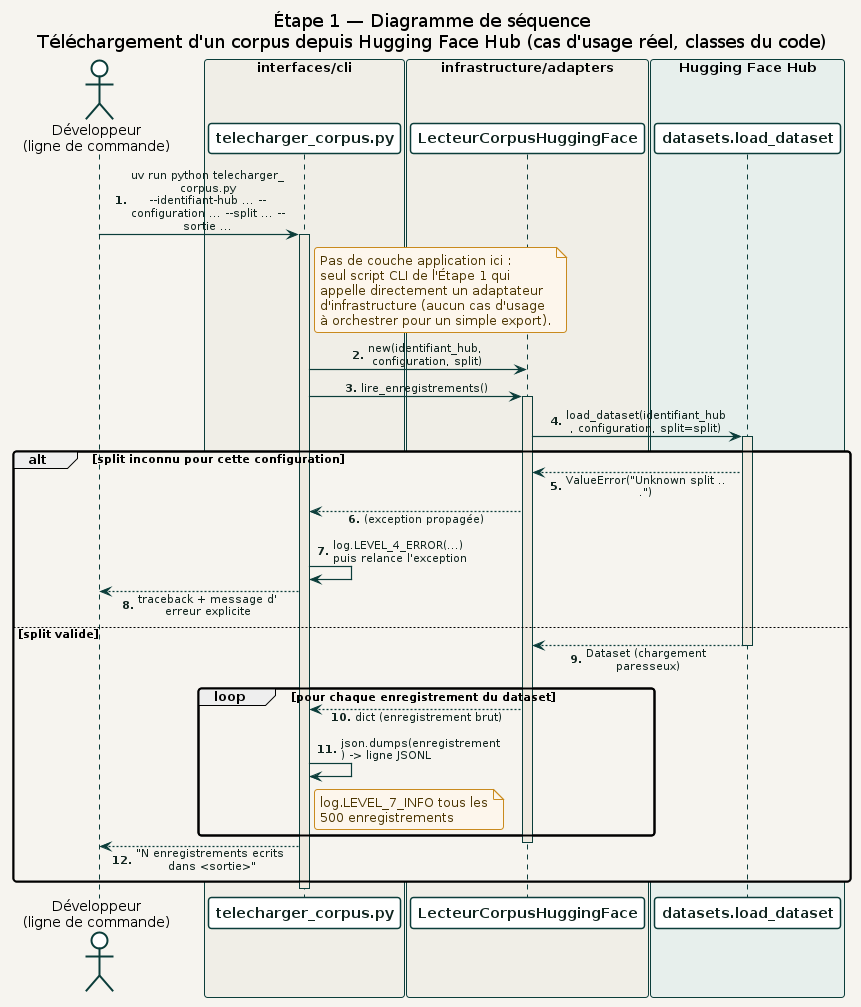
racemartin/m14_ocr keeps this PlantUML diagram as docs/diagrams/02_etape1_donnees/sequence/telecharger_corpus.png. Above is the earlier version. Its source is kept beside it as docs/diagrams/02_etape1_donnees/sequence/telecharger_corpus.puml.
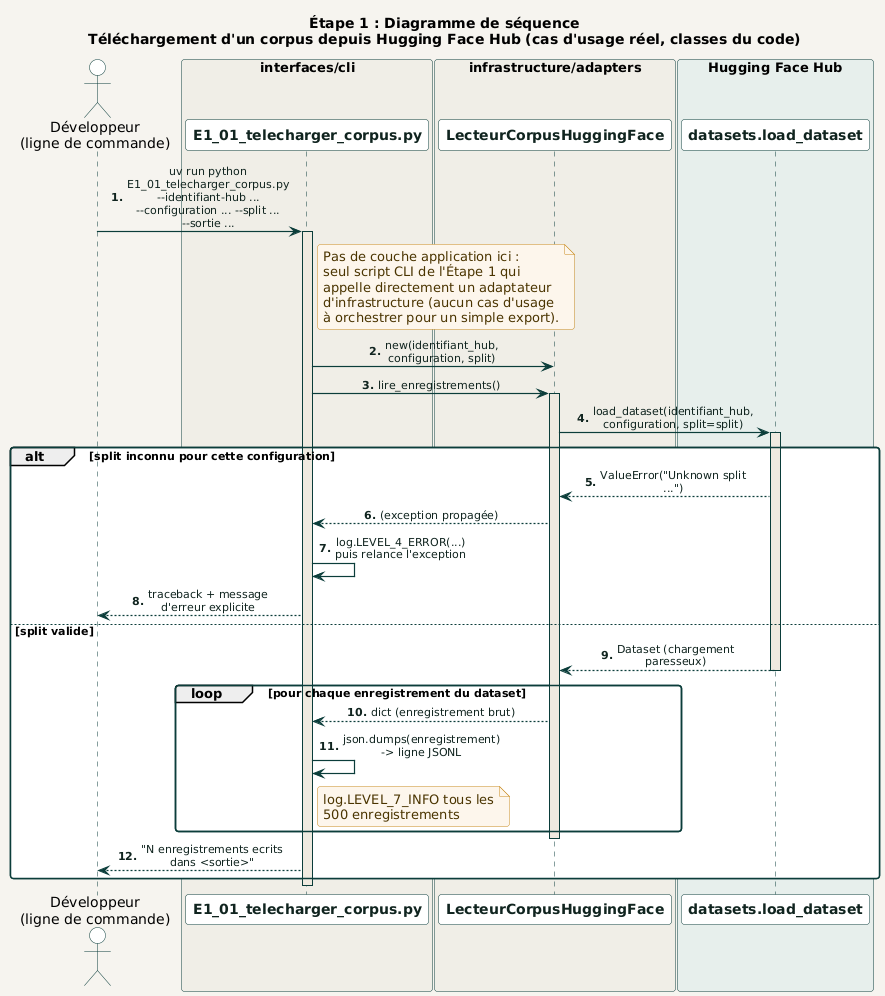
After the change.

Change to the diagram source:
```diff
@@ -6,7 +6,7 @@
 actor "Développeur\n(ligne de commande)" as Dev
 
 box "interfaces/cli" #F0EEE7
-  participant "telecharger_corpus.py" as CLI
+  participant "E1_01_telecharger_corpus.py" as CLI
 end box
 
 box "infrastructure/adapters" #F0EEE7
@@ -19,7 +19,7 @@
 
 autonumber "<b>0."
 
-Dev -> CLI : uv run python telecharger_corpus.py\n~-~-identifiant-hub ... ~-~-configuration ... ~-~-split ... ~-~-sortie ...
+Dev -> CLI : uv run python E1_01_telecharger_corpus.py\n~-~-identifiant-hub ... ~-~-configuration ... ~-~-split ... ~-~-sortie ...
 activate CLI
 
 note right of CLI
```
